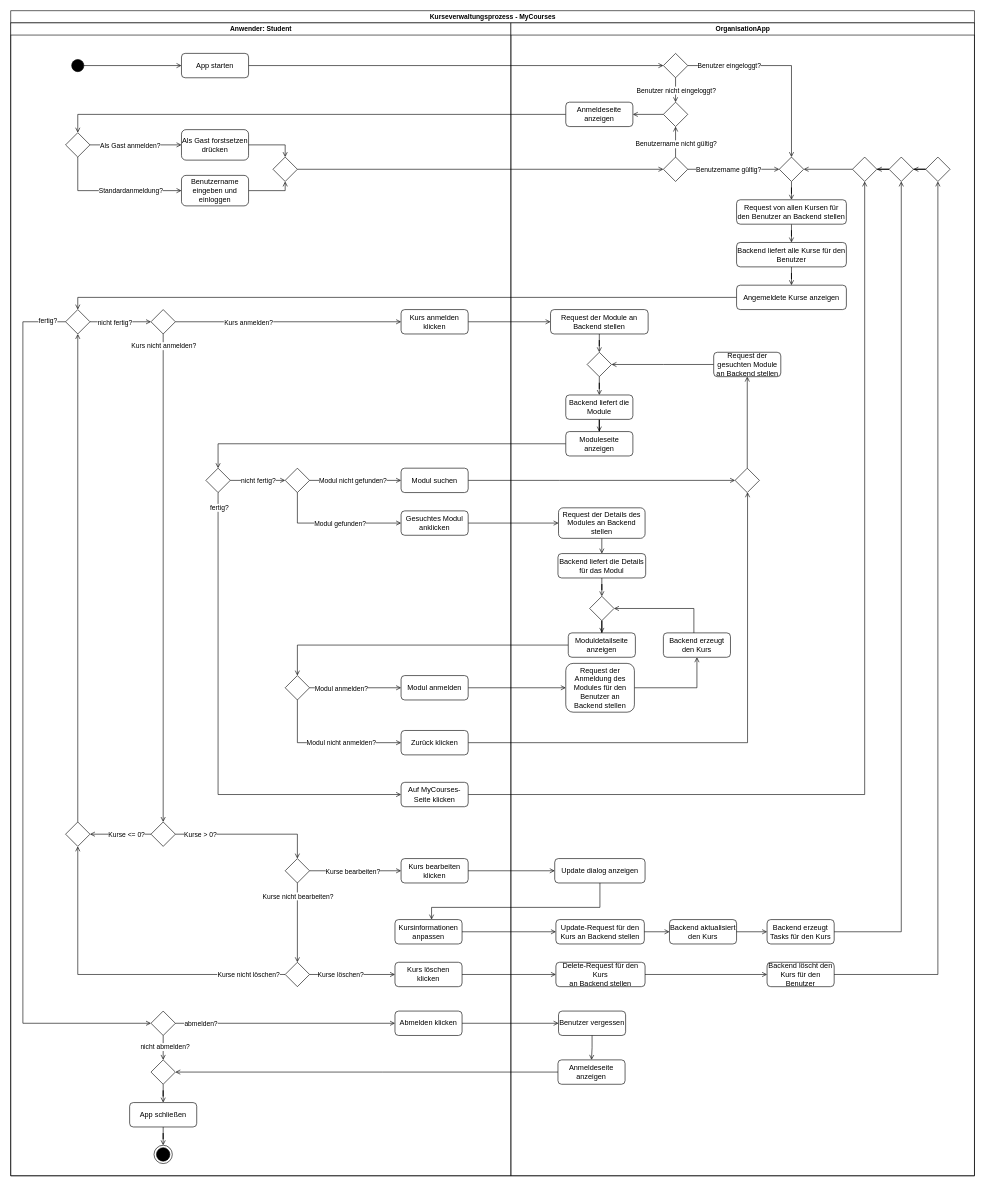
angel-curras/OrganisationApp-SE keeps this draw.io diagram as docs/workflow/Activity_diagram_MyCourses.drawio. Above is the earlier version. Source tidied: cells renumbered, new cells numbered last; positions are measured from the earlier drawing's top-left corner, leaving out a move shared by most shapes. Both pictures are drawn from the tidied source at 61%, with x=0, y=0 at pixel (10, 10).
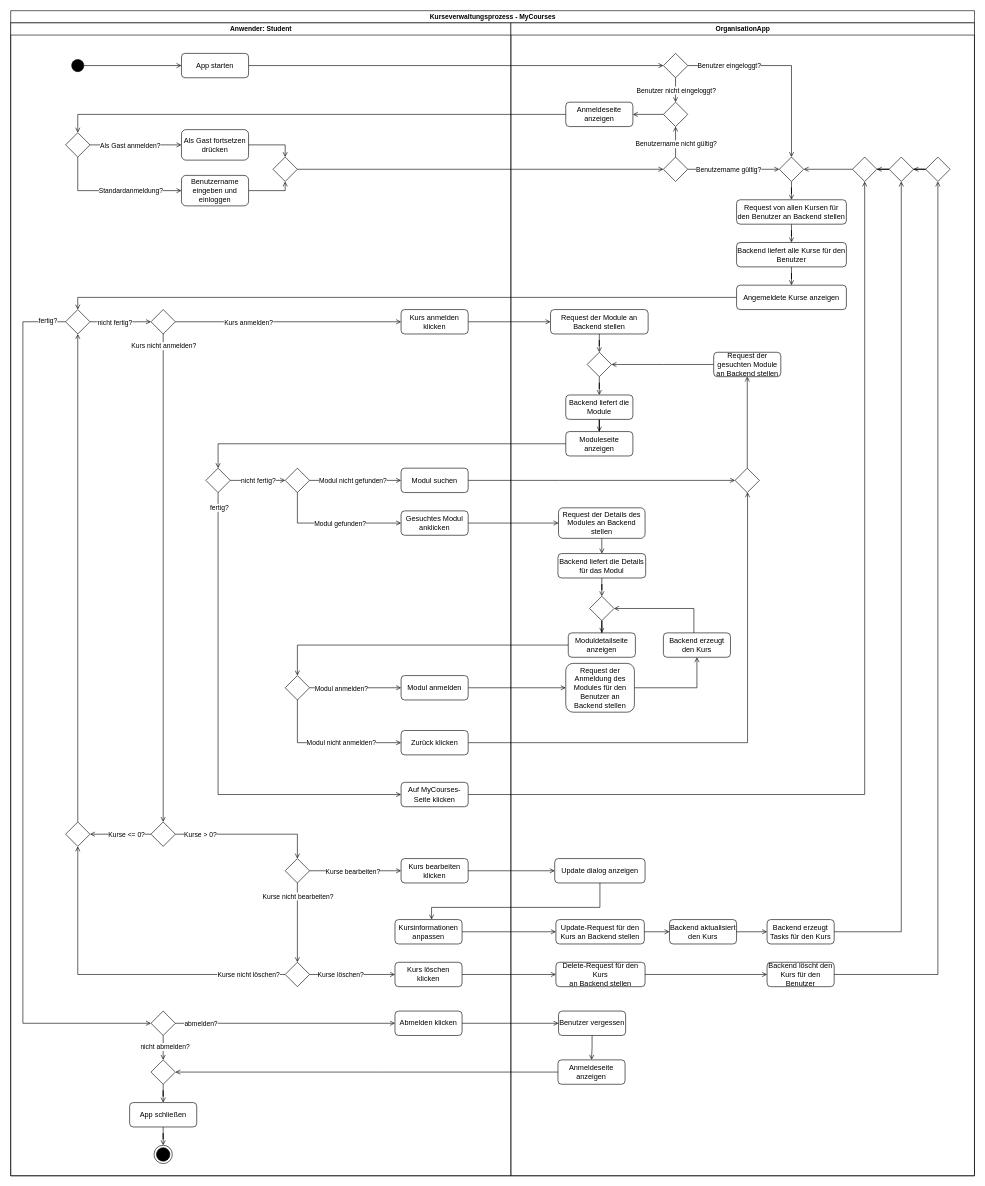
After the change.

Commit message (it also covers changes not shown here):
Typo in diagram fixed

The change refers to these unchanged cells:
```xml
<mxCell id="15" value="Anwender: Student" style="swimlane;startSize=20;html=1;fontFamily=Helvetica;fontSize=11;fontColor=default;" parent="2" vertex="1">
  <mxGeometry y="20" width="820" height="1890" as="geometry" />
</mxCell>
```

Diff of the diagram source:
```diff
@@
-    <mxCell id="19" value="Als Gast forstsetzen drücken" style="rounded=1;whiteSpace=wrap;html=1;" parent="15" vertex="1">
+    <mxCell id="19" value="Als Gast fortsetzen drücken" style="rounded=1;whiteSpace=wrap;html=1;" parent="15" vertex="1">
       <mxGeometry x="280" y="175" width="110" height="50" as="geometry" />
     </mxCell>
```
